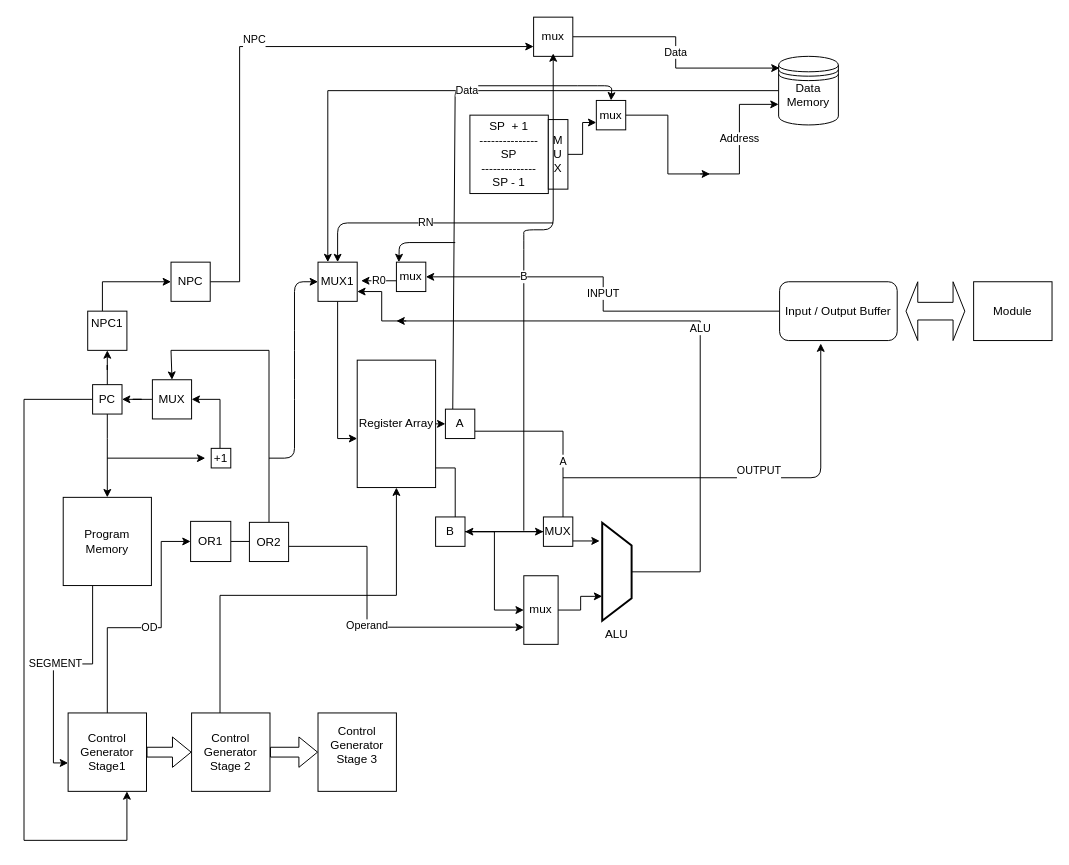
Aditya-11/RNBIP-2-Processor keeps this draw.io diagram as architecture.drawio. Above is the earlier version. Source tidied: cells renumbered, new cells numbered last; positions are measured from the earlier drawing's top-left corner, leaving out a move shared by most shapes. Both pictures are drawn from the tidied source at 98%, with x=0, y=0 at pixel (24, 17).
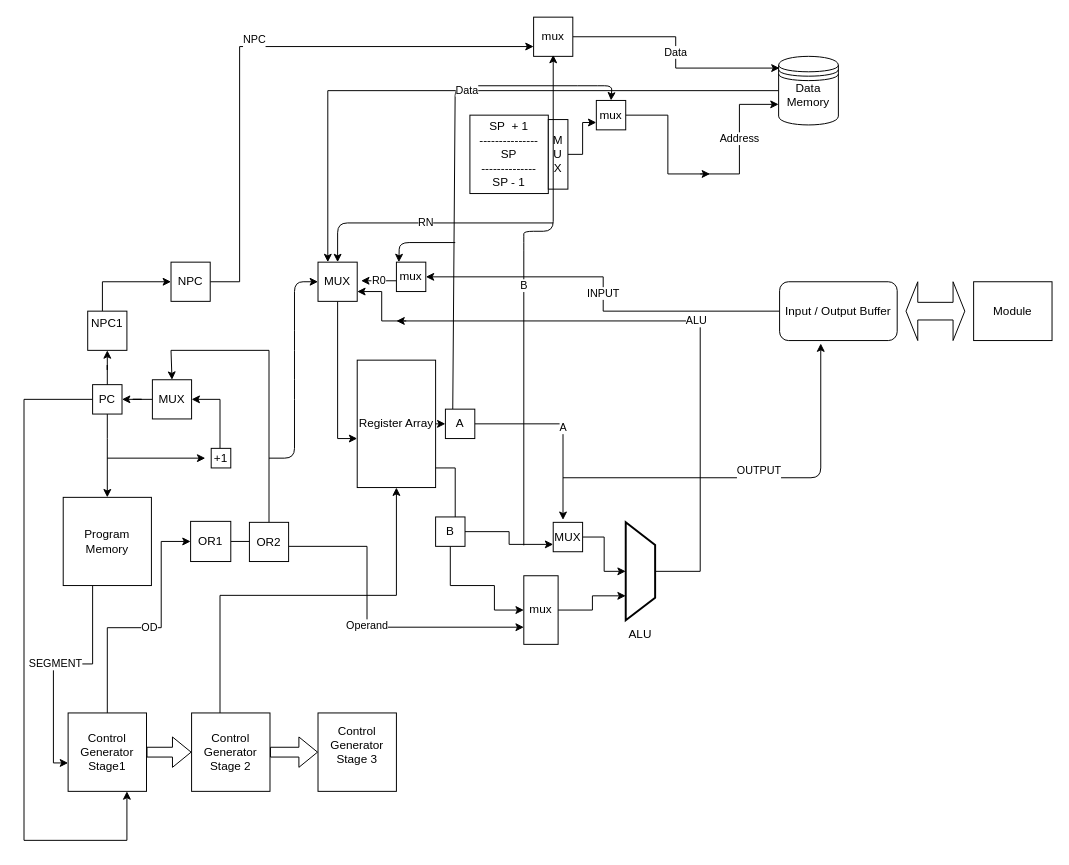
The same page after the edit.

Unchanged cells that the change refers to:
```xml
<mxCell id="25" value="mux" style="rounded=0;whiteSpace=wrap;html=1;" parent="1" vertex="1">
  <mxGeometry x="510" y="570" width="35" height="70" as="geometry" />
</mxCell>
<mxCell id="58" value="B" style="whiteSpace=wrap;html=1;" parent="1" vertex="1">
  <mxGeometry x="420" y="510" width="30" height="30" as="geometry" />
</mxCell>
<mxCell id="61" value="A" style="whiteSpace=wrap;html=1;" parent="1" vertex="1">
  <mxGeometry x="430" y="400" width="30" height="30" as="geometry" />
</mxCell>
```

The edit, as a diff of the source:
```diff
@@
     <mxCell id="20" value="ALU" style="verticalLabelPosition=bottom;verticalAlign=top;html=1;strokeWidth=2;shape=trapezoid;perimeter=trapezoidPerimeter;whiteSpace=wrap;size=0.23;arcSize=10;flipV=1;direction=south;" parent="1" vertex="1">
-      <mxGeometry x="590" y="516" width="30" height="100" as="geometry" />
+      <mxGeometry x="614" y="515.5" width="30" height="100" as="geometry" />
     </mxCell>
-    <mxCell id="21" value="&lt;div&gt;A&lt;br&gt;&lt;/div&gt;" style="edgeStyle=elbowEdgeStyle;rounded=0;jettySize=auto;html=1;entryX=0.815;entryY=1.086;entryDx=0;entryDy=0;entryPerimeter=0;exitX=1;exitY=0.75;exitDx=0;exitDy=0;" parent="1" edge="1" source="61" target="20">
+    <mxCell id="21" value="&lt;div&gt;A&lt;br&gt;&lt;/div&gt;" style="edgeStyle=elbowEdgeStyle;rounded=0;jettySize=auto;html=1;exitX=1;exitY=0.5;exitDx=0;exitDy=0;" parent="1" edge="1" source="61">
       <mxGeometry relative="1" as="geometry">
+        <mxPoint x="550" y="513" as="targetPoint" />
         <Array as="points">
-          <mxPoint x="550" y="430" />
-          <mxPoint x="550" y="420" />
-          <mxPoint x="550" y="420" />
-          <mxPoint x="560" y="410" />
+          <mxPoint x="550" y="503" />
+          <mxPoint x="550" y="433" />
+          <mxPoint x="550" y="423" />
+          <mxPoint x="550" y="423" />
+          <mxPoint x="560" y="413" />
         </Array>
       </mxGeometry>
     </mxCell>
@@
-    <mxCell id="42" value="MUX1" style="whiteSpace=wrap;html=1;" parent="1" vertex="1">
+    <mxCell id="42" value="MUX" style="whiteSpace=wrap;html=1;" parent="1" vertex="1">
       <mxGeometry x="300" y="250" width="40" height="40" as="geometry" />
     </mxCell>
@@
     <mxCell id="56" style="edgeStyle=orthogonalEdgeStyle;rounded=0;jettySize=auto;html=1;entryX=0;entryY=0.5;entryDx=0;entryDy=0;" parent="1" edge="1" source="58" target="25">
-      <mxGeometry relative="1" as="geometry" />
+      <mxGeometry relative="1" as="geometry">
+        <Array as="points">
+          <mxPoint x="435" y="580" />
+          <mxPoint x="480" y="580" />
+          <mxPoint x="480" y="605" />
+        </Array>
+      </mxGeometry>
     </mxCell>
-    <mxCell id="57" style="edgeStyle=orthogonalEdgeStyle;rounded=0;jettySize=auto;html=1;" parent="1" edge="1" source="58" target="60">
+    <mxCell id="57" style="edgeStyle=orthogonalEdgeStyle;rounded=0;jettySize=auto;html=1;entryX=0;entryY=0.75;entryDx=0;entryDy=0;" parent="1" edge="1" source="58" target="60">
       <mxGeometry relative="1" as="geometry" />
     </mxCell>
@@
-    <mxCell id="59" style="edgeStyle=orthogonalEdgeStyle;rounded=0;jettySize=auto;html=1;" parent="1" edge="1" source="60" target="58">
-      <mxGeometry relative="1" as="geometry" />
-    </mxCell>
+    <mxCell id="69" style="edgeStyle=orthogonalEdgeStyle;rounded=0;jettySize=auto;html=1;" parent="1" edge="1" source="60" target="20">
+      <mxGeometry relative="1" as="geometry" />
+    </mxCell>
     <mxCell id="60" value="MUX" style="whiteSpace=wrap;html=1;" parent="1" vertex="1">
-      <mxGeometry x="530" y="510" width="30" height="30" as="geometry" />
+      <mxGeometry x="540" y="515.5" width="30" height="30" as="geometry" />
     </mxCell>
@@
     <mxCell id="65" value="B" style="endArrow=classic;html=1;entryX=0.5;entryY=1;entryDx=0;entryDy=0;" parent="1" edge="1">
       <mxGeometry relative="1" as="geometry">
-        <mxPoint x="510" y="524" as="sourcePoint" />
-        <mxPoint x="540" y="37" as="targetPoint" />
+        <mxPoint x="510" y="539" as="sourcePoint" />
+        <mxPoint x="540" y="38.5" as="targetPoint" />
         <Array as="points">
-          <mxPoint x="510" y="227" />
-          <mxPoint x="510" y="217" />
-          <mxPoint x="540" y="217" />
+          <mxPoint x="510" y="228.5" />
+          <mxPoint x="510" y="218.5" />
+          <mxPoint x="540" y="218.5" />
         </Array>
       </mxGeometry>
     </mxCell>
```
